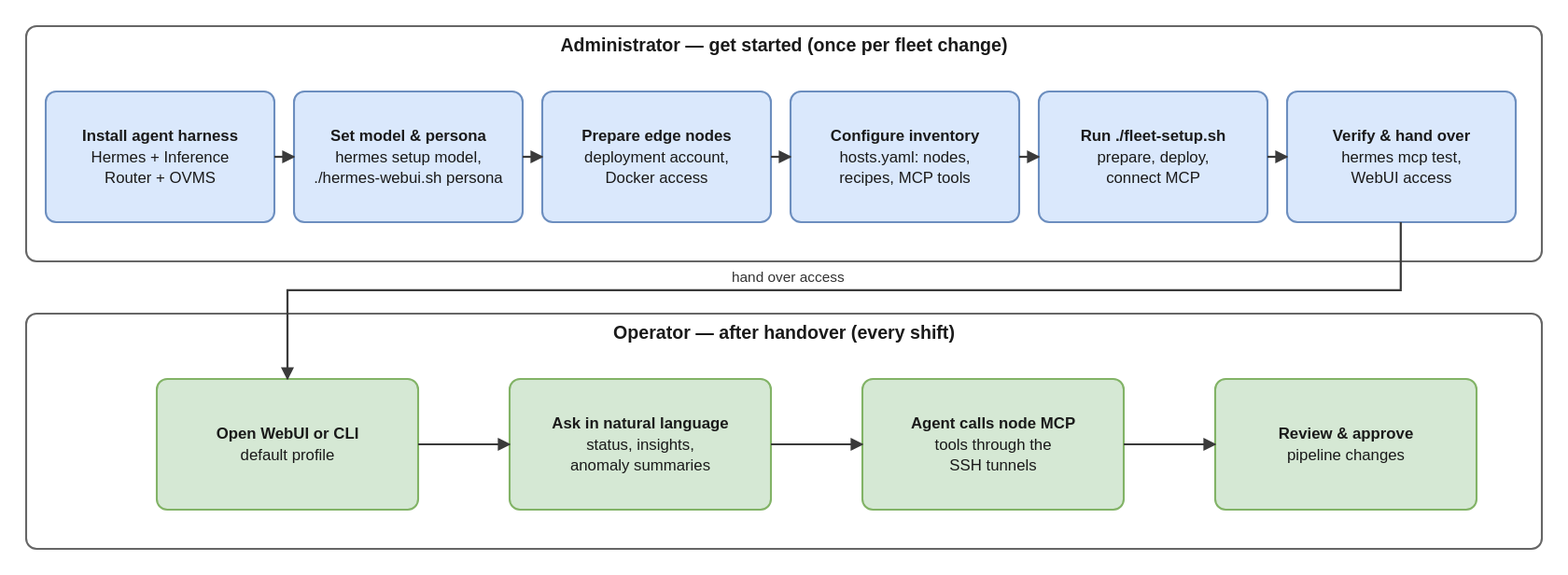
The draw.io diagram factory-defects-inspector-agent/docs/user-guide/_assets/fdi-admin-operator-flows.drawio.svg in open-edge-platform/manufacturing-ai-suite, before a commit. Source tidied: cells renumbered, new cells last; positions are measured from the earlier drawing's top-left corner, leaving out a move shared by most shapes.
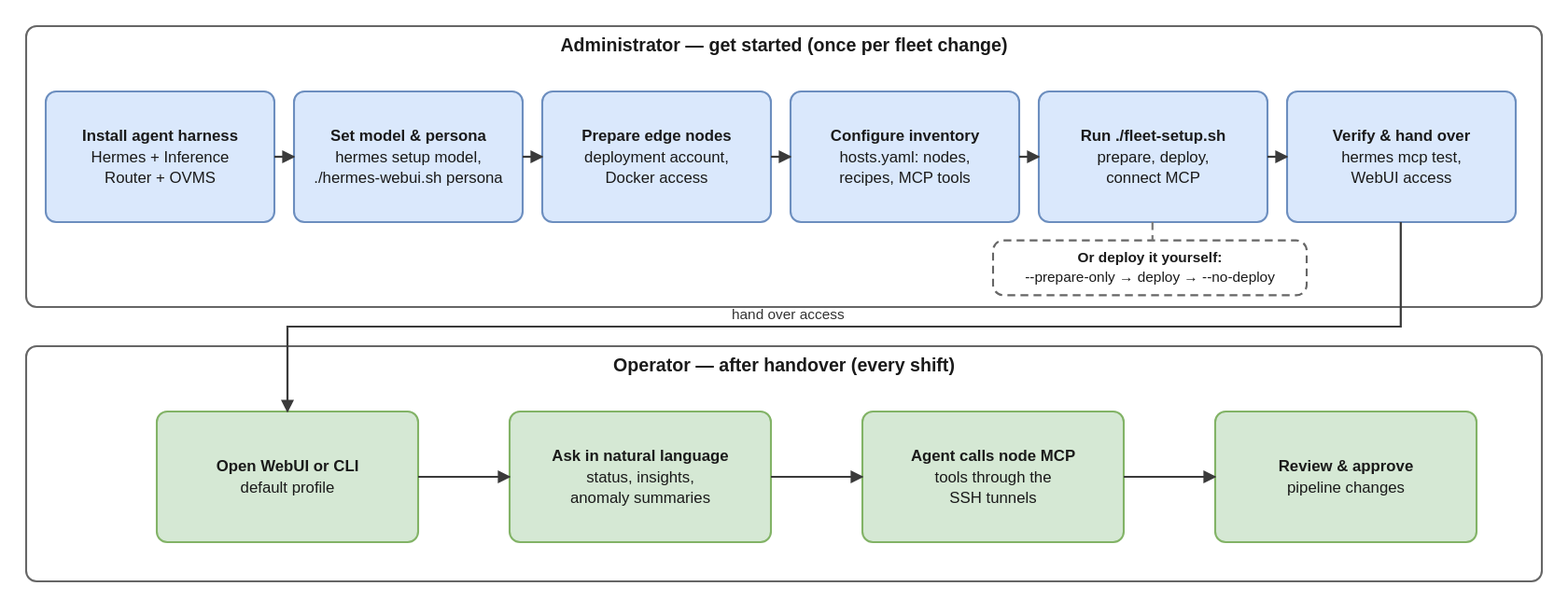
Above is the later version.

Diff of the diagram source:
```diff
@@ -3,10 +3,10 @@
     <mxCell id="0" />
     <mxCell id="1" parent="0" />
     <mxCell id="2" value="Administrator — get started (once per fleet change)" style="rounded=1;whiteSpace=wrap;html=1;fillColor=none;strokeColor=#666666;verticalAlign=top;fontStyle=1;fontSize=14;" parent="1" vertex="1">
-      <mxGeometry width="1160" height="180" as="geometry" />
+      <mxGeometry width="1160" height="215" as="geometry" />
     </mxCell>
     <mxCell id="3" value="Operator — after handover (every shift)" style="rounded=1;whiteSpace=wrap;html=1;fillColor=none;strokeColor=#666666;verticalAlign=top;fontStyle=1;fontSize=14;" parent="1" vertex="1">
-      <mxGeometry y="220" width="1160" height="180" as="geometry" />
+      <mxGeometry y="245" width="1160" height="180" as="geometry" />
     </mxCell>
     <mxCell id="4" value="Install agent harness&lt;br&gt;Hermes + Inference&lt;br&gt;Router + OVMS" style="rounded=1;whiteSpace=wrap;html=1;fillColor=#dae8fc;strokeColor=#6c8ebf;fontStyle=1;fontSize=12;" parent="1" vertex="1">
       <mxGeometry x="15" y="50" width="175" height="100" as="geometry" />
@@ -56,48 +56,57 @@
         <mxPoint x="965" y="100" as="targetPoint" />
       </mxGeometry>
     </mxCell>
-    <mxCell id="15" value="Open WebUI or CLI&lt;br&gt;default profile" style="rounded=1;whiteSpace=wrap;html=1;fillColor=#d5e8d4;strokeColor=#82b366;fontStyle=1;fontSize=12;" parent="1" vertex="1">
-      <mxGeometry x="100" y="270" width="200" height="100" as="geometry" />
+    <mxCell id="15" value="Or deploy it yourself:&lt;br&gt;--prepare-only → deploy → --no-deploy" style="rounded=1;whiteSpace=wrap;html=1;fillColor=#ffffff;strokeColor=#666666;fontStyle=1;dashed=1;fontSize=11;" parent="1" vertex="1">
+      <mxGeometry x="740" y="164" width="240" height="42" as="geometry" />
     </mxCell>
-    <mxCell id="16" value="Ask in natural language&lt;br&gt;status, insights,&lt;br&gt;anomaly summaries" style="rounded=1;whiteSpace=wrap;html=1;fillColor=#d5e8d4;strokeColor=#82b366;fontStyle=1;fontSize=12;" parent="1" vertex="1">
-      <mxGeometry x="370" y="270" width="200" height="100" as="geometry" />
+    <mxCell id="16" style="html=1;rounded=0;strokeColor=#7a7a7a;strokeWidth=1.6;endArrow=none;endFill=1;dashed=1;" parent="1" edge="1">
+      <mxGeometry relative="1" as="geometry">
+        <mxPoint x="862" y="150" as="sourcePoint" />
+        <mxPoint x="862" y="164" as="targetPoint" />
+      </mxGeometry>
     </mxCell>
-    <mxCell id="17" value="Agent calls node MCP&lt;br&gt;tools through the&lt;br&gt;SSH tunnels" style="rounded=1;whiteSpace=wrap;html=1;fillColor=#d5e8d4;strokeColor=#82b366;fontStyle=1;fontSize=12;" parent="1" vertex="1">
-      <mxGeometry x="640" y="270" width="200" height="100" as="geometry" />
+    <mxCell id="17" value="Open WebUI or CLI&lt;br&gt;default profile" style="rounded=1;whiteSpace=wrap;html=1;fillColor=#d5e8d4;strokeColor=#82b366;fontStyle=1;fontSize=12;" parent="1" vertex="1">
+      <mxGeometry x="100" y="295" width="200" height="100" as="geometry" />
     </mxCell>
-    <mxCell id="18" value="Review &amp; approve&lt;br&gt;pipeline changes" style="rounded=1;whiteSpace=wrap;html=1;fillColor=#d5e8d4;strokeColor=#82b366;fontStyle=1;fontSize=12;" parent="1" vertex="1">
-      <mxGeometry x="910" y="270" width="200" height="100" as="geometry" />
+    <mxCell id="18" value="Ask in natural language&lt;br&gt;status, insights,&lt;br&gt;anomaly summaries" style="rounded=1;whiteSpace=wrap;html=1;fillColor=#d5e8d4;strokeColor=#82b366;fontStyle=1;fontSize=12;" parent="1" vertex="1">
+      <mxGeometry x="370" y="295" width="200" height="100" as="geometry" />
     </mxCell>
-    <mxCell id="19" style="html=1;rounded=0;strokeColor=#3a3a3a;strokeWidth=1.6;endArrow=block;endFill=1;" parent="1" edge="1">
-      <mxGeometry relative="1" as="geometry">
-        <mxPoint x="300" y="320" as="sourcePoint" />
-        <mxPoint x="370" y="320" as="targetPoint" />
-      </mxGeometry>
+    <mxCell id="19" value="Agent calls node MCP&lt;br&gt;tools through the&lt;br&gt;SSH tunnels" style="rounded=1;whiteSpace=wrap;html=1;fillColor=#d5e8d4;strokeColor=#82b366;fontStyle=1;fontSize=12;" parent="1" vertex="1">
+      <mxGeometry x="640" y="295" width="200" height="100" as="geometry" />
     </mxCell>
-    <mxCell id="20" style="html=1;rounded=0;strokeColor=#3a3a3a;strokeWidth=1.6;endArrow=block;endFill=1;" parent="1" edge="1">
-      <mxGeometry relative="1" as="geometry">
-        <mxPoint x="570" y="320" as="sourcePoint" />
-        <mxPoint x="640" y="320" as="targetPoint" />
-      </mxGeometry>
+    <mxCell id="20" value="Review &amp; approve&lt;br&gt;pipeline changes" style="rounded=1;whiteSpace=wrap;html=1;fillColor=#d5e8d4;strokeColor=#82b366;fontStyle=1;fontSize=12;" parent="1" vertex="1">
+      <mxGeometry x="910" y="295" width="200" height="100" as="geometry" />
     </mxCell>
     <mxCell id="21" style="html=1;rounded=0;strokeColor=#3a3a3a;strokeWidth=1.6;endArrow=block;endFill=1;" parent="1" edge="1">
       <mxGeometry relative="1" as="geometry">
-        <mxPoint x="840" y="320" as="sourcePoint" />
-        <mxPoint x="910" y="320" as="targetPoint" />
+        <mxPoint x="300" y="345" as="sourcePoint" />
+        <mxPoint x="370" y="345" as="targetPoint" />
       </mxGeometry>
     </mxCell>
     <mxCell id="22" style="html=1;rounded=0;strokeColor=#3a3a3a;strokeWidth=1.6;endArrow=block;endFill=1;" parent="1" edge="1">
       <mxGeometry relative="1" as="geometry">
-        <mxPoint x="1052" y="150" as="sourcePoint" />
-        <mxPoint x="200" y="270" as="targetPoint" />
-        <Array as="points">
-          <mxPoint x="1052" y="202" />
-          <mxPoint x="200" y="202" />
-        </Array>
+        <mxPoint x="570" y="345" as="sourcePoint" />
+        <mxPoint x="640" y="345" as="targetPoint" />
       </mxGeometry>
     </mxCell>
-    <mxCell id="23" value="hand over access" style="text;html=1;align=left;verticalAlign=top;whiteSpace=wrap;fontSize=11;fontColor=#333333;strokeColor=none;fillColor=none;" parent="1" vertex="1">
-      <mxGeometry x="536" y="184" width="170" height="16" as="geometry" />
+    <mxCell id="23" style="html=1;rounded=0;strokeColor=#3a3a3a;strokeWidth=1.6;endArrow=block;endFill=1;" parent="1" edge="1">
+      <mxGeometry relative="1" as="geometry">
+        <mxPoint x="840" y="345" as="sourcePoint" />
+        <mxPoint x="910" y="345" as="targetPoint" />
+      </mxGeometry>
     </mxCell>
+    <mxCell id="24" style="html=1;rounded=0;strokeColor=#3a3a3a;strokeWidth=1.6;endArrow=block;endFill=1;" parent="1" edge="1">
+      <mxGeometry relative="1" as="geometry">
+        <mxPoint x="1052" y="150" as="sourcePoint" />
+        <mxPoint x="200" y="295" as="targetPoint" />
+        <Array as="points">
+          <mxPoint x="1052" y="230" />
+          <mxPoint x="200" y="230" />
+        </Array>
+      </mxGeometry>
+    </mxCell>
+    <mxCell id="25" value="hand over access" style="text;html=1;align=left;verticalAlign=top;whiteSpace=wrap;fontSize=11;fontColor=#333333;strokeColor=none;fillColor=none;" parent="1" vertex="1">
+      <mxGeometry x="536" y="212" width="119" height="16" as="geometry" />
+    </mxCell>
   </root>
 </mxGraphModel>
```
